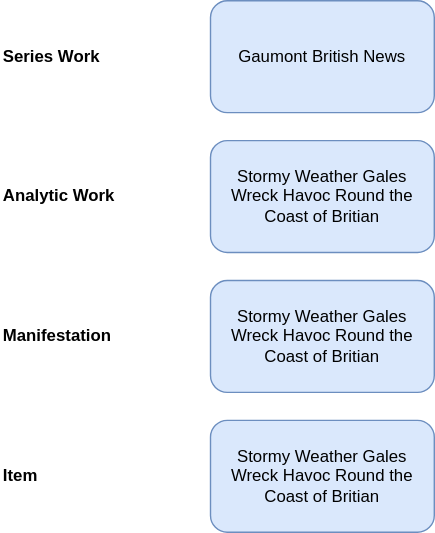
This is markdown/diagrams/numb_10.drawio.svg from FIAF/fiaf-cataloguing-manual, a draw.io export, as it was before one commit. Source tidied: cells renumbered, new cells last; positions are measured from the earlier drawing's top-left corner, leaving out a move shared by most shapes.
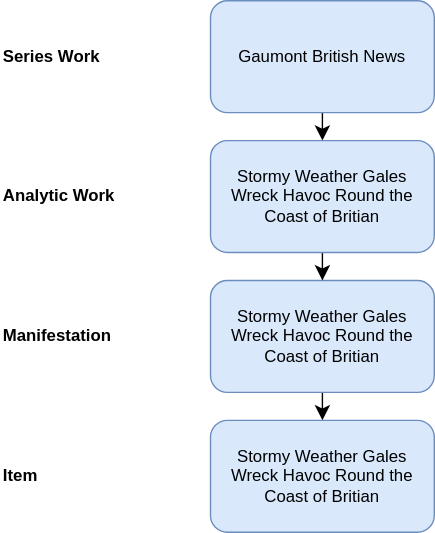
The same file after the commit.

The edit, as a diff of the source:
```diff
@@ -8,12 +8,21 @@
     <mxCell id="3" value="Stormy Weather Gales Wreck Havoc Round the Coast of Britian" style="rounded=1;whiteSpace=wrap;html=1;fillColor=#dae8fc;strokeColor=#6c8ebf;" parent="1" vertex="1">
       <mxGeometry x="150" y="300" width="160" height="80" as="geometry" />
     </mxCell>
+    <mxCell id="10" style="edgeStyle=none;curved=1;rounded=0;jettySize=auto;html=1;exitX=0.5;exitY=1;exitDx=0;exitDy=0;entryX=0.5;entryY=0;entryDx=0;entryDy=0;fontSize=12;startSize=8;endSize=8;" parent="1" edge="1" source="4" target="3">
+      <mxGeometry relative="1" as="geometry" />
+    </mxCell>
     <mxCell id="4" value="Stormy Weather Gales Wreck Havoc Round the Coast of Britian" style="rounded=1;whiteSpace=wrap;html=1;fillColor=#dae8fc;strokeColor=#6c8ebf;" parent="1" vertex="1">
       <mxGeometry x="150" y="200" width="160" height="80" as="geometry" />
     </mxCell>
+    <mxCell id="11" style="edgeStyle=none;curved=1;rounded=0;jettySize=auto;html=1;exitX=0.5;exitY=1;exitDx=0;exitDy=0;entryX=0.5;entryY=0;entryDx=0;entryDy=0;fontSize=12;startSize=8;endSize=8;" parent="1" edge="1" source="5" target="4">
+      <mxGeometry relative="1" as="geometry" />
+    </mxCell>
     <mxCell id="5" value="Stormy Weather Gales Wreck Havoc Round the Coast of Britian" style="rounded=1;whiteSpace=wrap;html=1;fillColor=#dae8fc;strokeColor=#6c8ebf;" parent="1" vertex="1">
       <mxGeometry x="150" y="100" width="160" height="80" as="geometry" />
     </mxCell>
+    <mxCell id="12" style="edgeStyle=none;curved=1;rounded=0;jettySize=auto;html=1;exitX=0.5;exitY=1;exitDx=0;exitDy=0;entryX=0.5;entryY=0;entryDx=0;entryDy=0;fontSize=12;startSize=8;endSize=8;" parent="1" edge="1" source="6" target="5">
+      <mxGeometry relative="1" as="geometry" />
+    </mxCell>
     <mxCell id="6" value="Gaumont British News" style="rounded=1;whiteSpace=wrap;html=1;fillColor=#dae8fc;strokeColor=#6c8ebf;" parent="1" vertex="1">
       <mxGeometry x="150" width="160" height="80" as="geometry" />
     </mxCell>
```
